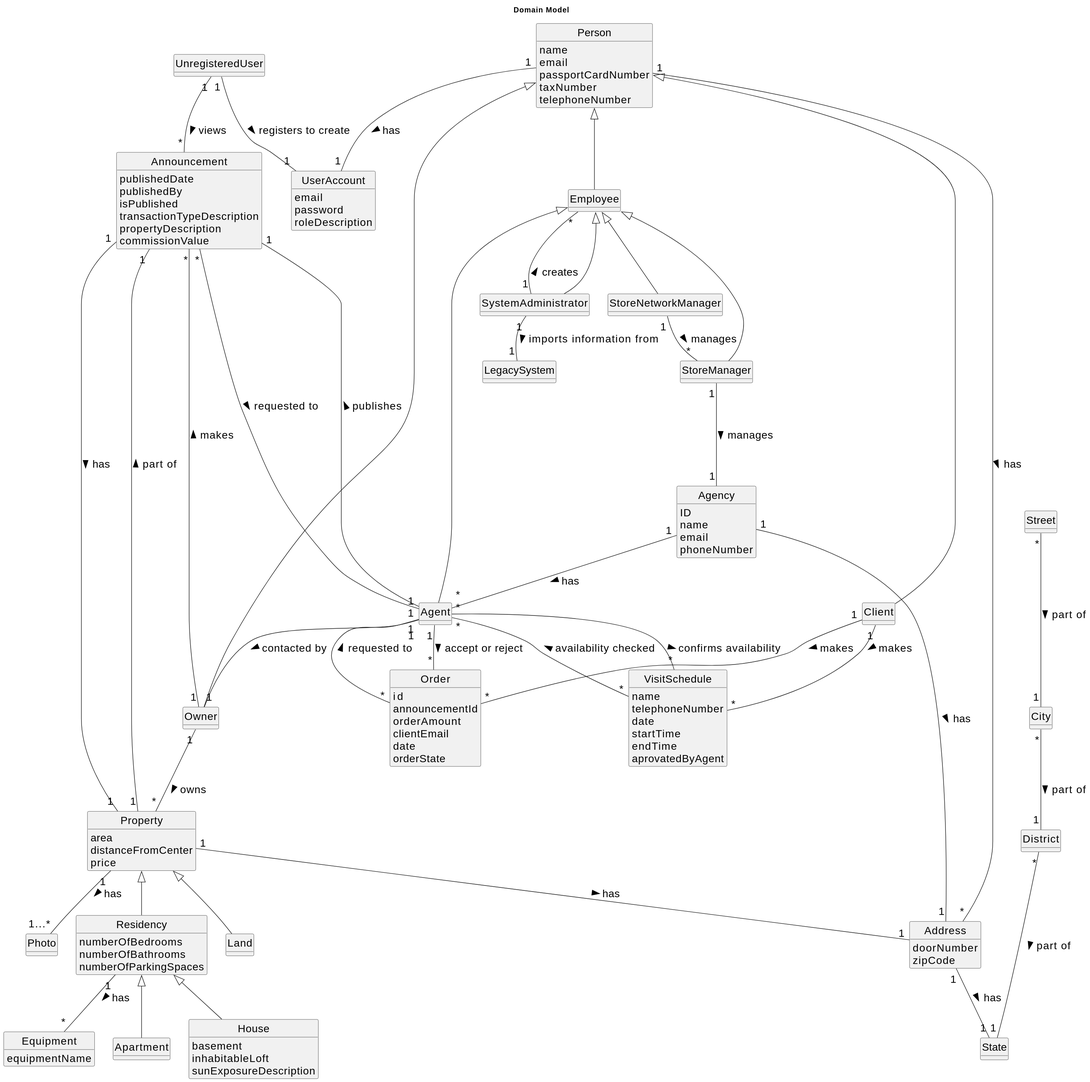
Goncalves2525/real-estate-management-system keeps this PlantUML diagram as docs/sprintD/global-artifacts/02.analysis/svg/project-domain-model.svg. Above is the earlier version. The source it was exported from:
```plantuml
@startuml
skinparamlocked defaultFontSize 20
skinparam monochrome true
skinparam packageStyle rectangle
skinparam shadowing false
skinparam classAttributeIconSize 0
hide circle
hide methods

title Domain Model

class Client extends Person{
}

class Owner extends Person {
}

class Employee extends Person{
}

class Agent extends Employee{
}

class Order{
    id
    announcementId
    orderAmount
    clientEmail
    date
    orderState
}

class UserAccount {
    email
    password
    roleDescription
}

class Person{
    name
    email
    passportCardNumber
    taxNumber
    telephoneNumber
}

class Agency{
    ID
    name
    email
    phoneNumber
}

class Property{
    area
    distanceFromCenter
    price
}

class Photo {
}

class Address{
    doorNumber
    zipCode
}


class City{
}

class District{
}

class State{
}

class Street{
}

class Apartment extends Residency{
}

class House extends Residency{
    basement
    inhabitableLoft
    sunExposureDescription

}

class Residency extends Property{
    numberOfBedrooms
    numberOfBathrooms
    numberOfParkingSpaces

}

class Announcement{
    publishedDate
    publishedBy
    isPublished
    transactionTypeDescription
    propertyDescription
    commissionValue
}




class Land extends Property{
}

class Equipment{
    equipmentName
}



class SystemAdministrator extends Employee{
}

class StoreManager extends Employee{
}

class StoreNetworkManager extends Employee{
}



class UnregisteredUser{
}

class VisitSchedule{
    name
    telephoneNumber
    date
    startTime
    endTime
    aprovatedByAgent
}

class LegacySystem{
}


UnregisteredUser "1" -- "1" UserAccount : registers to create >
Agent "1" -- "1" Announcement: publishes >
StoreNetworkManager "1" -- "*" StoreManager: manages >
Agency "1" -- "*" Agent: has >
SystemAdministrator "1" -- "*" Employee: creates >

Agent "1" -- "1" Owner : contacted by >
Owner "1" -- "*" Property: owns >
Owner "1" -- "*" Announcement: makes >
Announcement "*" -- "1" Agent: requested to >
Announcement "1" - "1" Property: has >
Address "1" -- "1" State : has >
City "*" -- "1" District : part of >
District "*" --- "1" State : part of >
Property "1" -- "1...*" Photo: has >
Residency "1" -- "*" Equipment: has >
Announcement "1" -- "1" Property: part of <
Person "1" -- "*" Address: has >
Property "1" -- "1" Address: has >
StoreManager "1" --- "1" Agency: manages >
Agency "1" -- "1" Address: has >
UnregisteredUser "1" -- "*" Announcement: views >
Client "1" -- "*" Order : makes >
Order "*" -- "1" Agent : requested to >
Street "*" --- "1" City : part of >
Person "1" -- "1" UserAccount: has >
Client "1" -- "*" VisitSchedule : makes >
VisitSchedule "*" -- "*" Agent : availability checked >
Agent "*" -- "*" VisitSchedule : confirms availability >
SystemAdministrator "1" -- "1" LegacySystem : imports information from >
Agent "1" -- "*" Order : accept or reject >
@enduml
```
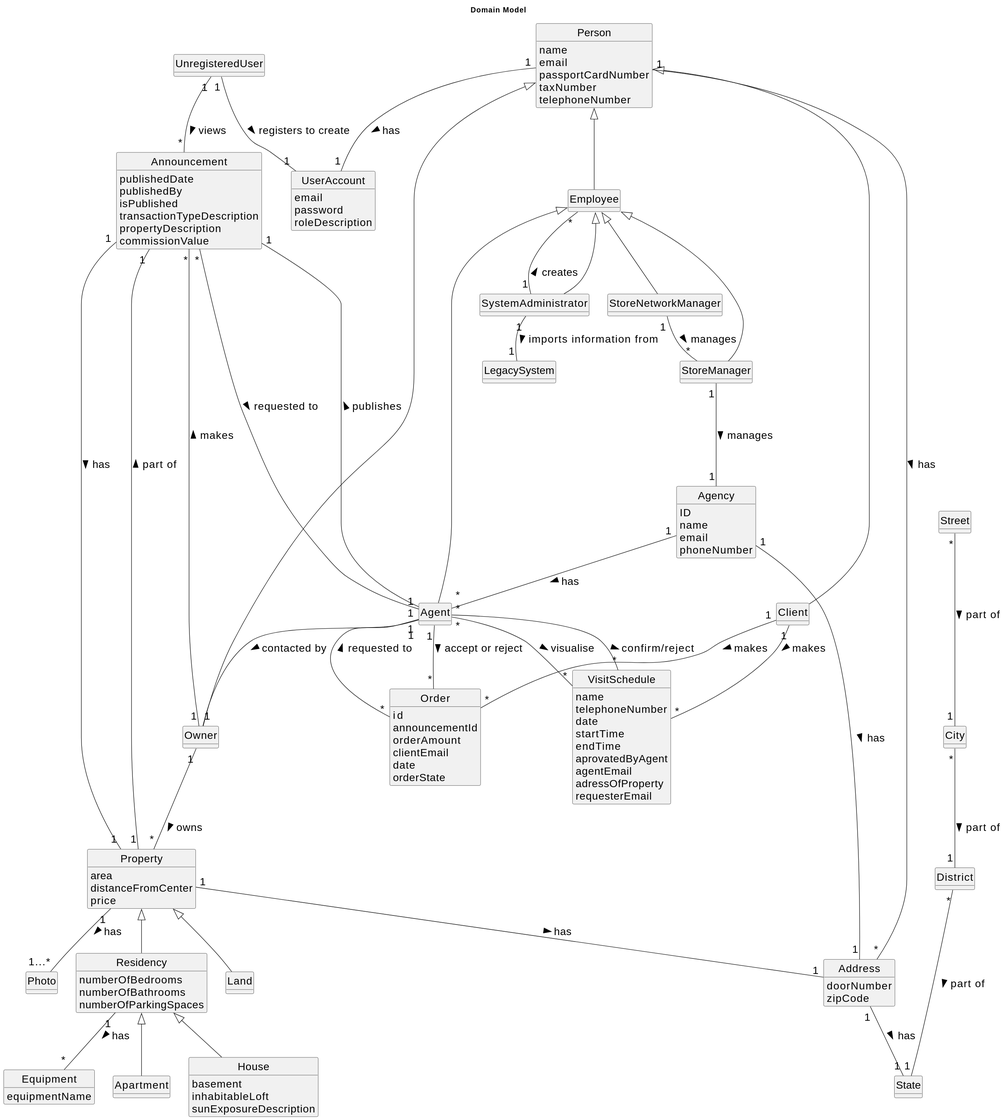
The same file after the commit.

Diff of the diagram source:
```diff
@@ -137,6 +137,9 @@
     startTime
     endTime
     aprovatedByAgent
+    agentEmail
+    adressOfProperty
+    requesterEmail
 }
 
 class LegacySystem{
@@ -170,8 +173,8 @@
 Street "*" --- "1" City : part of >
 Person "1" -- "1" UserAccount: has >
 Client "1" -- "*" VisitSchedule : makes >
-VisitSchedule "*" -- "*" Agent : availability checked >
-Agent "*" -- "*" VisitSchedule : confirms availability >
+Agent "*" -- "*" VisitSchedule : confirm/reject >
 SystemAdministrator "1" -- "1" LegacySystem : imports information from >
 Agent "1" -- "*" Order : accept or reject >
+Agent "*" -- "*" VisitSchedule : visualise >
 @enduml
```
